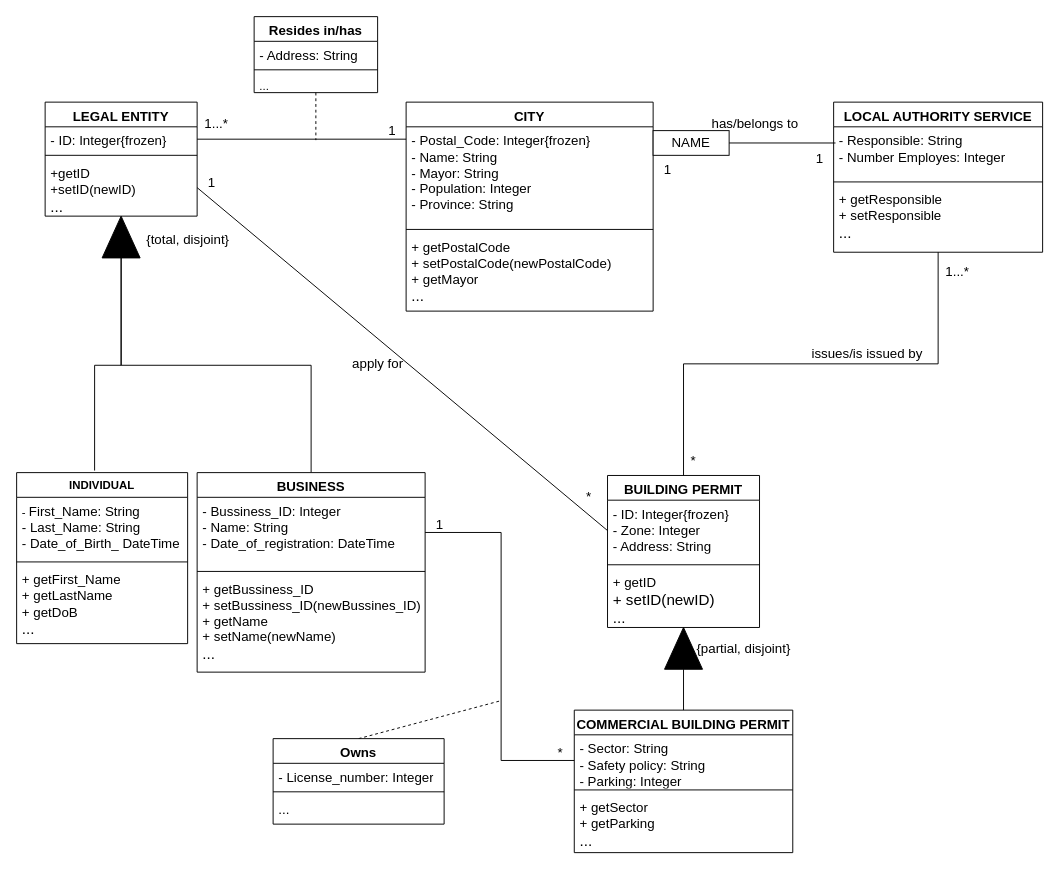
The draw.io diagram question2.drawio in fragolaTJ/TTtrak, before the edit. Source tidied: cells renumbered, new cells numbered last; positions are measured from the earlier drawing's top-left corner, leaving out a move shared by most shapes. Both pictures are drawn from the tidied source at 95%, with x=0, y=0 at pixel (16, 16).
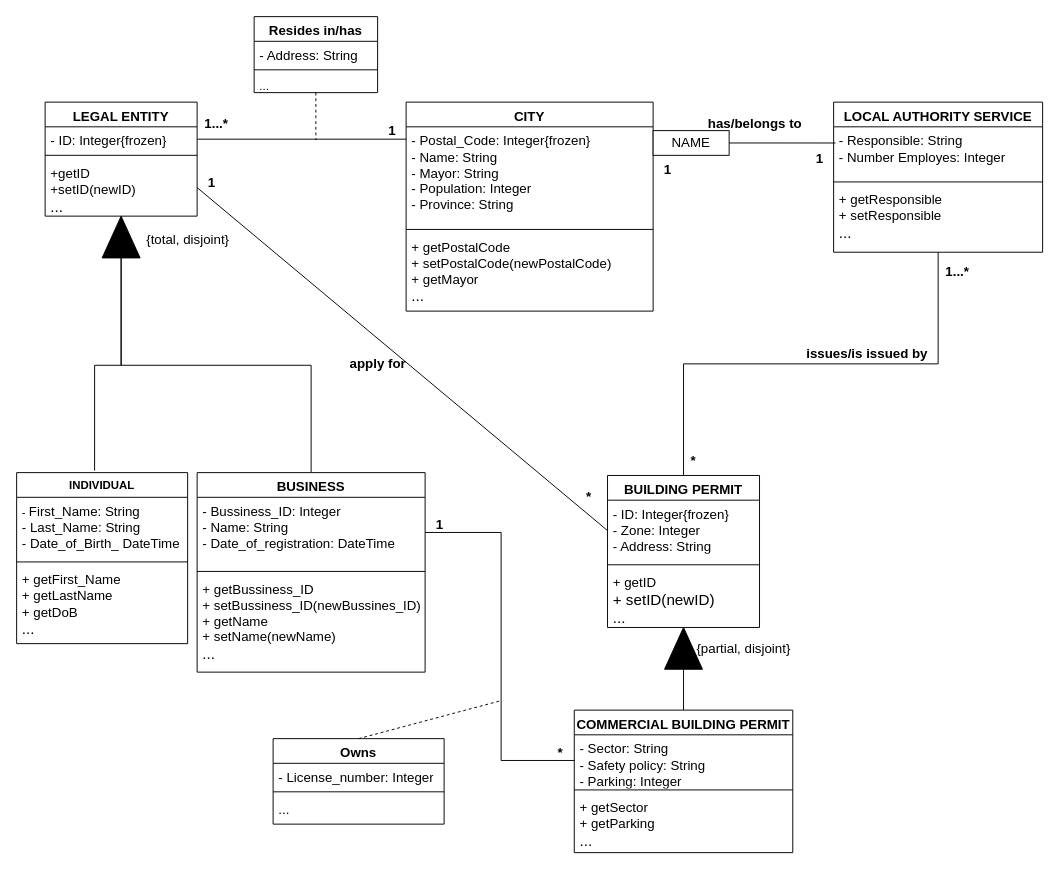
Above is the later version.

Change to the diagram source:
```diff
@@
-    <mxCell id="43" value="&lt;font style=&quot;font-size: 14px;&quot;&gt;1...*&lt;/font&gt;" style="text;html=1;align=center;verticalAlign=middle;strokeColor=none;fillColor=none;" parent="1" vertex="1">
+    <mxCell id="43" value="&lt;b&gt;&lt;font style=&quot;font-size: 14px;&quot;&gt;1...*&lt;/font&gt;&lt;/b&gt;" style="text;html=1;align=center;verticalAlign=middle;strokeColor=none;fillColor=none;" parent="1" vertex="1">
       <mxGeometry x="185" y="98" width="50" height="30" as="geometry" />
     </mxCell>
-    <mxCell id="44" value="&lt;font style=&quot;font-size: 14px;&quot;&gt;1&lt;/font&gt;" style="text;html=1;align=center;verticalAlign=middle;strokeColor=none;fillColor=none;" parent="1" vertex="1">
+    <mxCell id="44" value="&lt;b&gt;&lt;font style=&quot;font-size: 14px;&quot;&gt;1&lt;/font&gt;&lt;/b&gt;" style="text;html=1;align=center;verticalAlign=middle;strokeColor=none;fillColor=none;" parent="1" vertex="1">
       <mxGeometry x="830" y="135" width="30" height="30" as="geometry" />
     </mxCell>
-    <mxCell id="45" value="&lt;font style=&quot;font-size: 14px;&quot;&gt;1...*&lt;/font&gt;" style="text;html=1;align=center;verticalAlign=middle;strokeColor=none;fillColor=none;" parent="1" vertex="1">
+    <mxCell id="45" value="&lt;b&gt;&lt;font style=&quot;font-size: 14px;&quot;&gt;1...*&lt;/font&gt;&lt;/b&gt;" style="text;html=1;align=center;verticalAlign=middle;strokeColor=none;fillColor=none;" parent="1" vertex="1">
       <mxGeometry x="965" y="254" width="50" height="30" as="geometry" />
     </mxCell>
-    <mxCell id="46" value="&lt;font style=&quot;font-size: 14px;&quot;&gt;*&lt;/font&gt;" style="text;html=1;align=center;verticalAlign=middle;strokeColor=none;fillColor=none;" parent="1" vertex="1">
+    <mxCell id="46" value="&lt;b&gt;&lt;font style=&quot;font-size: 14px;&quot;&gt;*&lt;/font&gt;&lt;/b&gt;" style="text;html=1;align=center;verticalAlign=middle;strokeColor=none;fillColor=none;" parent="1" vertex="1">
       <mxGeometry x="557" y="760" width="30" height="30" as="geometry" />
     </mxCell>
-    <mxCell id="47" value="&lt;font style=&quot;font-size: 14px;&quot;&gt;*&lt;/font&gt;" style="text;html=1;align=center;verticalAlign=middle;strokeColor=none;fillColor=none;" parent="1" vertex="1">
+    <mxCell id="47" value="&lt;b&gt;&lt;font style=&quot;font-size: 14px;&quot;&gt;*&lt;/font&gt;&lt;/b&gt;" style="text;html=1;align=center;verticalAlign=middle;strokeColor=none;fillColor=none;" parent="1" vertex="1">
       <mxGeometry x="587" y="490" width="30" height="30" as="geometry" />
     </mxCell>
-    <mxCell id="48" value="&lt;font style=&quot;font-size: 14px;&quot;&gt;*&lt;/font&gt;" style="text;html=1;align=center;verticalAlign=middle;strokeColor=none;fillColor=none;" parent="1" vertex="1">
+    <mxCell id="48" value="&lt;b&gt;&lt;font style=&quot;font-size: 14px;&quot;&gt;*&lt;/font&gt;&lt;/b&gt;" style="text;html=1;align=center;verticalAlign=middle;strokeColor=none;fillColor=none;" parent="1" vertex="1">
       <mxGeometry x="697" y="453" width="30" height="30" as="geometry" />
     </mxCell>
-    <mxCell id="49" value="&lt;font style=&quot;font-size: 14px;&quot;&gt;1&lt;/font&gt;" style="text;html=1;align=center;verticalAlign=middle;strokeColor=none;fillColor=none;" parent="1" vertex="1">
+    <mxCell id="49" value="&lt;b&gt;&lt;font style=&quot;font-size: 14px;&quot;&gt;1&lt;/font&gt;&lt;/b&gt;" style="text;html=1;align=center;verticalAlign=middle;strokeColor=none;fillColor=none;" parent="1" vertex="1">
       <mxGeometry x="190" y="160" width="30" height="30" as="geometry" />
     </mxCell>
-    <mxCell id="50" value="&lt;font style=&quot;font-size: 14px;&quot;&gt;1&lt;/font&gt;" style="text;html=1;align=center;verticalAlign=middle;strokeColor=none;fillColor=none;" parent="1" vertex="1">
+    <mxCell id="50" value="&lt;b&gt;&lt;font style=&quot;font-size: 14px;&quot;&gt;1&lt;/font&gt;&lt;/b&gt;" style="text;html=1;align=center;verticalAlign=middle;strokeColor=none;fillColor=none;" parent="1" vertex="1">
       <mxGeometry x="430" y="520" width="30" height="30" as="geometry" />
     </mxCell>
-    <mxCell id="51" value="&lt;font style=&quot;font-size: 14px;&quot;&gt;1&lt;/font&gt;" style="text;html=1;align=center;verticalAlign=middle;strokeColor=none;fillColor=none;" parent="1" vertex="1">
+    <mxCell id="51" value="&lt;b&gt;&lt;font style=&quot;font-size: 14px;&quot;&gt;1&lt;/font&gt;&lt;/b&gt;" style="text;html=1;align=center;verticalAlign=middle;strokeColor=none;fillColor=none;" parent="1" vertex="1">
       <mxGeometry x="380" y="105" width="30" height="30" as="geometry" />
     </mxCell>
-    <mxCell id="52" value="&lt;font style=&quot;font-size: 14px;&quot;&gt;1&lt;/font&gt;" style="text;html=1;align=center;verticalAlign=middle;strokeColor=none;fillColor=none;" parent="1" vertex="1">
+    <mxCell id="52" value="&lt;b&gt;&lt;font style=&quot;font-size: 14px;&quot;&gt;1&lt;/font&gt;&lt;/b&gt;" style="text;html=1;align=center;verticalAlign=middle;strokeColor=none;fillColor=none;" parent="1" vertex="1">
       <mxGeometry x="670" y="146" width="30" height="30" as="geometry" />
     </mxCell>
-    <mxCell id="53" value="&lt;font style=&quot;font-size: 14px;&quot;&gt;apply for&lt;/font&gt;" style="text;html=1;align=center;verticalAlign=middle;strokeColor=none;fillColor=none;" parent="1" vertex="1">
+    <mxCell id="53" value="&lt;b&gt;&lt;font style=&quot;font-size: 14px;&quot;&gt;apply for&lt;/font&gt;&lt;/b&gt;" style="text;html=1;align=center;verticalAlign=middle;strokeColor=none;fillColor=none;" parent="1" vertex="1">
       <mxGeometry x="340" y="350" width="80" height="30" as="geometry" />
     </mxCell>
-    <mxCell id="54" value="&lt;font style=&quot;font-size: 14px;&quot;&gt;has/belongs to&lt;/font&gt;" style="text;html=1;align=center;verticalAlign=middle;strokeColor=none;fillColor=none;" parent="1" vertex="1">
-      <mxGeometry x="717" y="98" width="120" height="30" as="geometry" />
+    <mxCell id="54" value="&lt;b&gt;&lt;font style=&quot;font-size: 14px;&quot;&gt;has/belongs to&lt;/font&gt;&lt;/b&gt;" style="text;html=1;align=center;verticalAlign=middle;strokeColor=none;fillColor=none;" parent="1" vertex="1">
+      <mxGeometry x="712" y="98" width="130" height="30" as="geometry" />
     </mxCell>
-    <mxCell id="55" value="&lt;font style=&quot;font-size: 14px;&quot;&gt;issues/is issued by&lt;/font&gt;" style="text;html=1;align=center;verticalAlign=middle;strokeColor=none;fillColor=none;" parent="1" vertex="1">
-      <mxGeometry x="825" y="340" width="140" height="30" as="geometry" />
+    <mxCell id="55" value="&lt;b&gt;&lt;font style=&quot;font-size: 14px;&quot;&gt;issues/is issued by&lt;/font&gt;&lt;/b&gt;" style="text;html=1;align=center;verticalAlign=middle;strokeColor=none;fillColor=none;" parent="1" vertex="1">
+      <mxGeometry x="815" y="340" width="160" height="30" as="geometry" />
     </mxCell>
```
